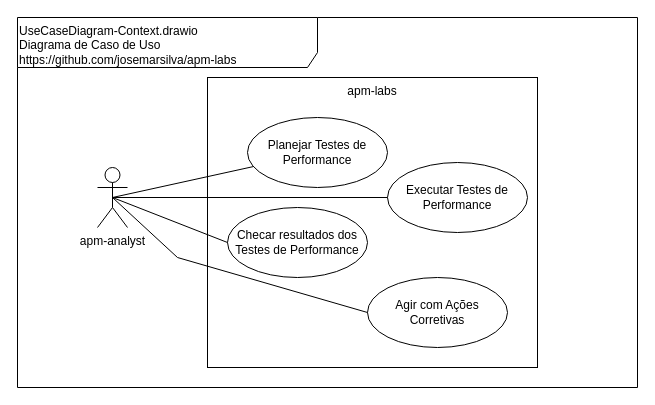
Before: doc/UseCaseDiagram-Context.drawio in josemarsilva/apm-labs, a draw.io diagram. Source tidied: cells renumbered, new cells numbered last; positions are measured from the earlier drawing's top-left corner, leaving out a move shared by most shapes. Both pictures are drawn from the tidied source at 100%, with x=0, y=0 at pixel (17, 17).
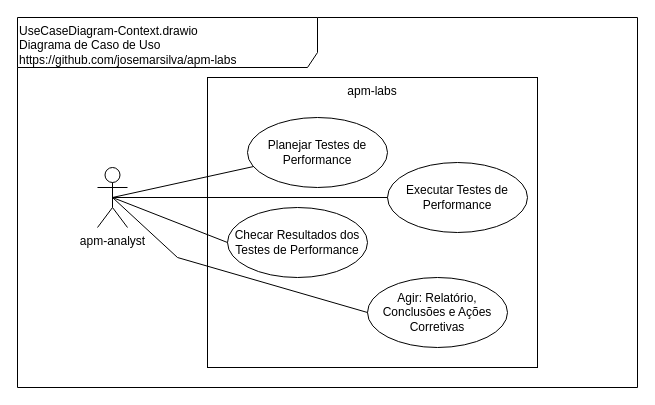
Above is the later version.

Diff of the diagram source:
```diff
@@
 <mxGraphModel>
   <root>
     <mxCell id="0" />
     <mxCell id="1" parent="0" />
     <mxCell id="2" value="UseCaseDiagram-Context.drawio&lt;br&gt;Diagrama de Caso de Uso&lt;br&gt;https://github.com/josemarsilva/apm-labs" style="shape=umlFrame;whiteSpace=wrap;html=1;width=300;height=50;verticalAlign=top;align=left;" parent="1" vertex="1">
       <mxGeometry width="620" height="370" as="geometry" />
     </mxCell>
     <mxCell id="3" value="&lt;div style=&quot;text-align: center&quot;&gt;&lt;span&gt;apm-analyst&lt;/span&gt;&lt;/div&gt;" style="shape=umlActor;verticalLabelPosition=bottom;labelBackgroundColor=#ffffff;verticalAlign=top;html=1;align=center;" parent="1" vertex="1">
       <mxGeometry x="80" y="150" width="30" height="60" as="geometry" />
     </mxCell>
     <mxCell id="4" value="&lt;div style=&quot;text-align: center&quot;&gt;&lt;span&gt;apm-labs&lt;/span&gt;&lt;/div&gt;" style="rounded=0;whiteSpace=wrap;html=1;align=center;verticalAlign=top;" parent="1" vertex="1">
       <mxGeometry x="190" y="60" width="330" height="290" as="geometry" />
     </mxCell>
     <mxCell id="5" value="Planejar Testes de Performance" style="ellipse;whiteSpace=wrap;html=1;align=center;" parent="1" vertex="1">
       <mxGeometry x="230" y="100" width="140" height="70" as="geometry" />
     </mxCell>
     <mxCell id="6" style="rounded=0;jettySize=auto;html=1;endArrow=none;endFill=0;exitX=0.5;exitY=0.5;exitDx=0;exitDy=0;exitPerimeter=0;" parent="1" edge="1" source="3" target="5">
       <mxGeometry relative="1" as="geometry" />
     </mxCell>
-    <mxCell id="7" value="Checar resultados dos Testes de Performance" style="ellipse;whiteSpace=wrap;html=1;align=center;" parent="1" vertex="1">
+    <mxCell id="7" value="Checar Resultados dos Testes de Performance" style="ellipse;whiteSpace=wrap;html=1;align=center;" parent="1" vertex="1">
       <mxGeometry x="210" y="190" width="140" height="70" as="geometry" />
     </mxCell>
-    <mxCell id="8" value="Agir com Ações Corretivas" style="ellipse;whiteSpace=wrap;html=1;align=center;" parent="1" vertex="1">
+    <mxCell id="8" value="Agir: Relatório, Conclusões e Ações Corretivas" style="ellipse;whiteSpace=wrap;html=1;align=center;" parent="1" vertex="1">
       <mxGeometry x="350" y="260" width="140" height="70" as="geometry" />
     </mxCell>
     <mxCell id="9" value="Executar Testes de Performance" style="ellipse;whiteSpace=wrap;html=1;align=center;" parent="1" vertex="1">
       <mxGeometry x="370" y="145" width="140" height="70" as="geometry" />
     </mxCell>
     <mxCell id="10" style="rounded=0;jettySize=auto;html=1;endArrow=none;endFill=0;entryX=0;entryY=0.5;entryDx=0;entryDy=0;exitX=0.5;exitY=0.5;exitDx=0;exitDy=0;exitPerimeter=0;" parent="1" edge="1" source="3" target="7">
       <mxGeometry relative="1" as="geometry" />
     </mxCell>
     <mxCell id="11" style="rounded=0;jettySize=auto;html=1;endArrow=none;endFill=0;entryX=0;entryY=0.5;entryDx=0;entryDy=0;exitX=0.5;exitY=0.5;exitDx=0;exitDy=0;exitPerimeter=0;" parent="1" edge="1" source="3" target="9">
       <mxGeometry relative="1" as="geometry" />
     </mxCell>
     <mxCell id="12" style="rounded=0;jettySize=auto;html=1;endArrow=none;endFill=0;entryX=0;entryY=0.5;entryDx=0;entryDy=0;exitX=0.5;exitY=0.5;exitDx=0;exitDy=0;exitPerimeter=0;" parent="1" edge="1" source="3" target="8">
       <mxGeometry relative="1" as="geometry">
         <Array as="points">
           <mxPoint x="160" y="240" />
         </Array>
       </mxGeometry>
     </mxCell>
   </root>
 </mxGraphModel>
```
